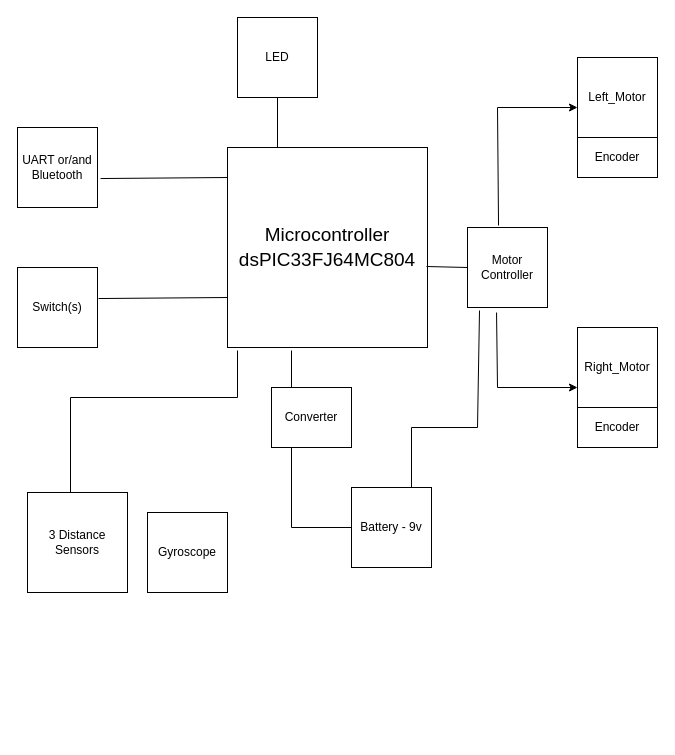
Above: draft/block_diagram.drawio in AminSeffo/Micromouse (draw.io), before the change. Source tidied: cells renumbered, new cells numbered last; positions are measured from the earlier drawing's top-left corner, leaving out a move shared by most shapes. Both pictures are drawn from the tidied source at 100%, with x=0, y=0 at pixel (17, 17).
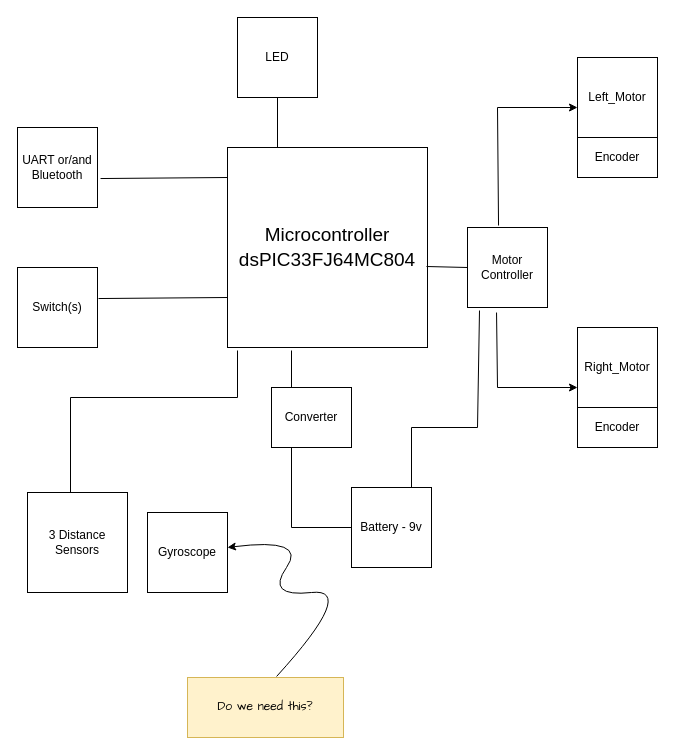
Above is the later version.

The change refers to these unchanged cells:
```xml
<mxCell id="22" value="Gyroscope" style="rounded=0;whiteSpace=wrap;html=1;" parent="1" vertex="1">
  <mxGeometry x="130" y="495" width="80" height="80" as="geometry" />
</mxCell>
```

What changed in the source:
```diff
@@
+    <mxCell id="25" value="Do we need this?" style="text;html=1;strokeColor=#d6b656;fillColor=#fff2cc;align=center;verticalAlign=middle;whiteSpace=wrap;rounded=0;fontFamily=Comic Sans MS;" parent="1" vertex="1">
+      <mxGeometry x="170" y="660" width="156" height="60" as="geometry" />
+    </mxCell>
+    <mxCell id="26" style="curved=1;endArrow=classic;html=1;rounded=0;exitX=0.571;exitY=-0.017;exitDx=0;exitDy=0;exitPerimeter=0;" parent="1" edge="1" source="25" target="22">
+      <mxGeometry relative="1" as="geometry">
+        <Array as="points">
+          <mxPoint x="340" y="570" />
+          <mxPoint x="248" y="580" />
+          <mxPoint x="290" y="520" />
+        </Array>
+      </mxGeometry>
+    </mxCell>
```
